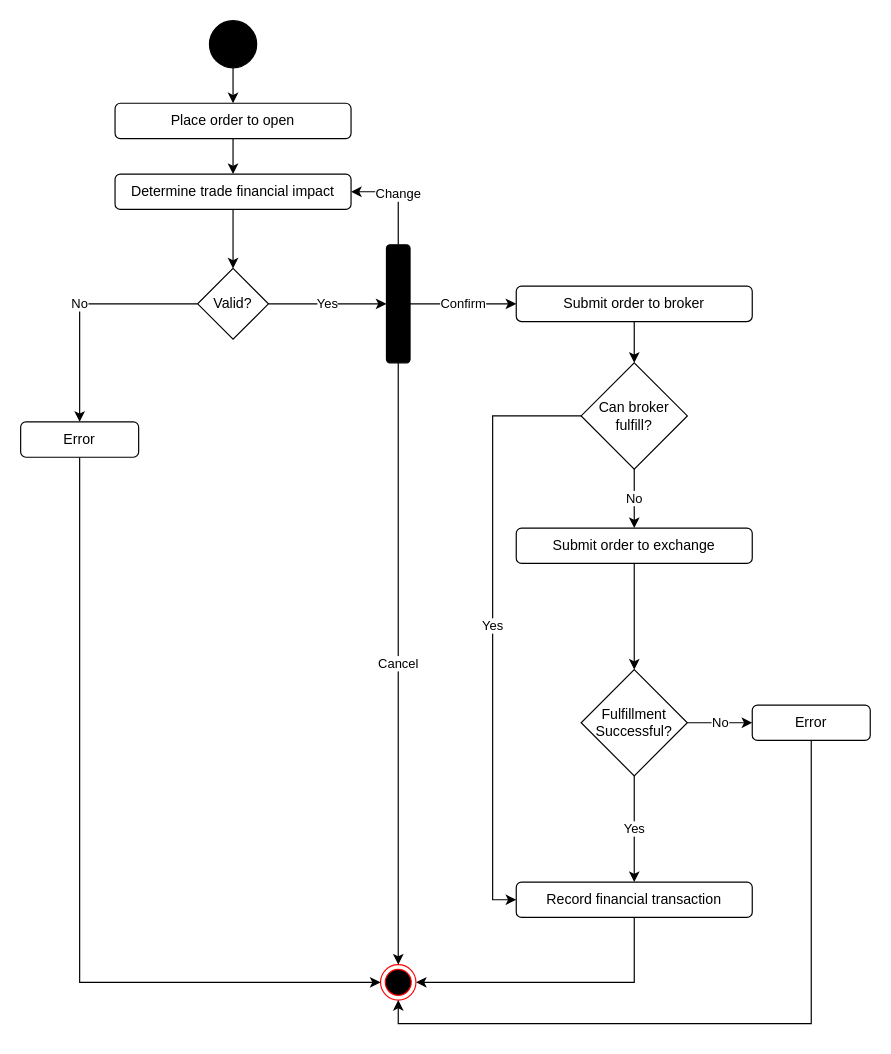
The draw.io diagram UC2:OpenPosition.drawio in dgboulger/SpoofTraderMarket, before the edit. Source tidied: cells renumbered, new cells numbered last; positions are measured from the earlier drawing's top-left corner, leaving out a move shared by most shapes. Both pictures are drawn from the tidied source at 118%, with x=0, y=0 at pixel (20, 20).
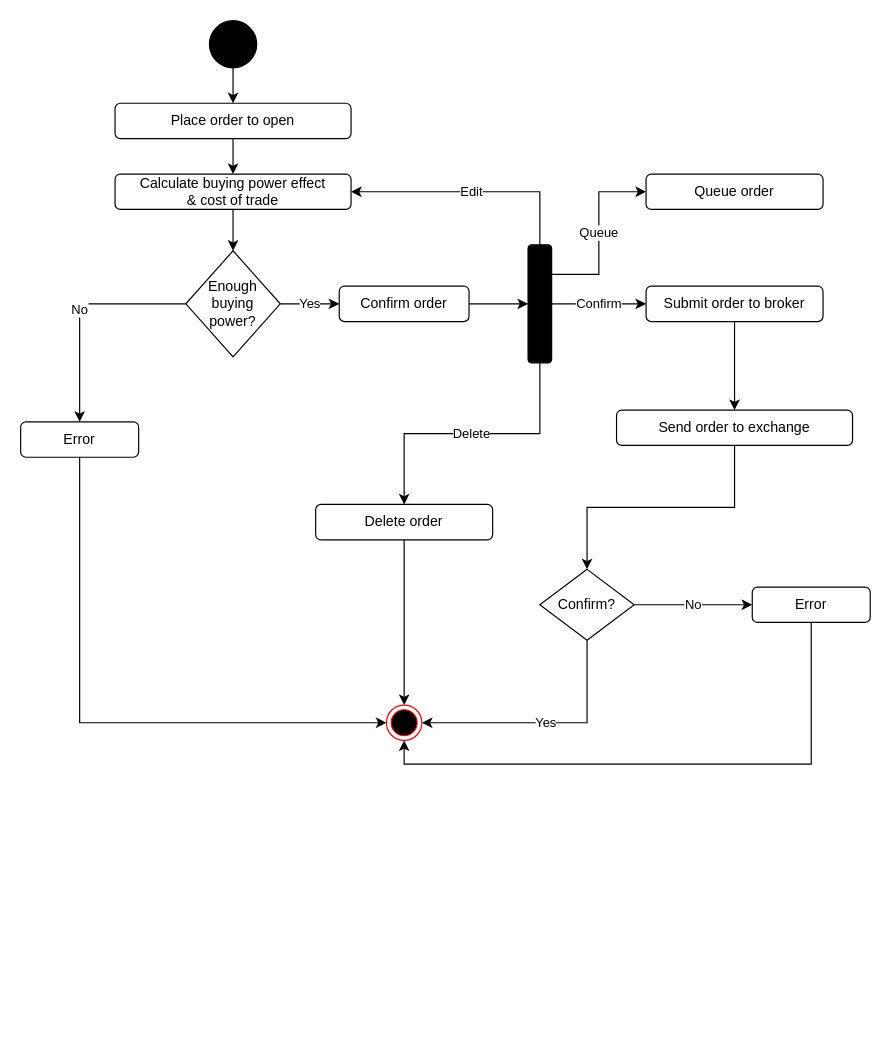
The same diagram, later.

Unchanged cells that the change refers to:
```xml
<mxCell id="11" value="Error" style="rounded=1;whiteSpace=wrap;html=1;fillColor=#FFFFFF;" parent="1" vertex="1">
  <mxGeometry y="340" width="100" height="30" as="geometry" />
</mxCell>
```

Change to the diagram source:
```diff
@@
-    <mxCell id="7" value="Valid?" style="rhombus;whiteSpace=wrap;html=1;fillColor=#FFFFFF;" parent="1" vertex="1">
-      <mxGeometry x="150" y="210" width="60" height="60" as="geometry" />
+    <mxCell id="7" value="Enough buying power?" style="rhombus;whiteSpace=wrap;html=1;fillColor=#FFFFFF;" parent="1" vertex="1">
+      <mxGeometry x="140" y="195" width="80" height="90" as="geometry" />
     </mxCell>
-    <mxCell id="8" style="edgeStyle=orthogonalEdgeStyle;rounded=0;jettySize=auto;html=1;entryX=1;entryY=0.5;entryDx=0;entryDy=0;exitX=0.5;exitY=1;exitDx=0;exitDy=0;" parent="1" edge="1" source="13" target="9">
-      <mxGeometry relative="1" as="geometry" />
-    </mxCell>
     <mxCell id="9" style="ellipse;html=1;shape=endState;fillColor=#000000;strokeColor=#ff0000;" parent="1" vertex="1">
-      <mxGeometry x="305" y="800" width="30" height="30" as="geometry" />
+      <mxGeometry x="310" y="580" width="30" height="30" as="geometry" />
     </mxCell>
     <mxCell id="10" style="edgeStyle=orthogonalEdgeStyle;rounded=0;jettySize=auto;html=1;entryX=0;entryY=0.5;entryDx=0;entryDy=0;exitX=0.5;exitY=1;exitDx=0;exitDy=0;" parent="1" edge="1" source="11" target="9">
       <mxGeometry relative="1" as="geometry">
         <Array as="points">
-          <mxPoint x="50" y="815" />
+          <mxPoint x="50" y="595" />
         </Array>
       </mxGeometry>
     </mxCell>
@@
-    <mxCell id="12" value="Yes" style="edgeStyle=orthogonalEdgeStyle;rounded=0;jettySize=auto;html=1;entryX=0;entryY=0.5;entryDx=0;entryDy=0;endArrow=classic;endFill=1;exitX=1;exitY=0.5;exitDx=0;exitDy=0;" parent="1" edge="1" source="7" target="28">
+    <mxCell id="12" value="Yes" style="edgeStyle=orthogonalEdgeStyle;rounded=0;jettySize=auto;html=1;endArrow=classic;endFill=1;exitX=1;exitY=0.5;exitDx=0;exitDy=0;entryX=0;entryY=0.5;entryDx=0;entryDy=0;" parent="1" edge="1" source="7" target="34">
       <mxGeometry relative="1" as="geometry" />
     </mxCell>
-    <mxCell id="13" value="Record financial transaction" style="rounded=1;whiteSpace=wrap;html=1;fillColor=#FFFFFF;" parent="1" vertex="1">
-      <mxGeometry x="420" y="730" width="200" height="30" as="geometry" />
-    </mxCell>
-    <mxCell id="14" style="edgeStyle=orthogonalEdgeStyle;rounded=0;jettySize=auto;html=1;entryX=0.5;entryY=0;entryDx=0;entryDy=0;" parent="1" edge="1" source="15" target="31">
+    <mxCell id="14" style="edgeStyle=orthogonalEdgeStyle;rounded=0;jettySize=auto;html=1;entryX=0.5;entryY=0;entryDx=0;entryDy=0;" parent="1" edge="1" source="15" target="17">
       <mxGeometry relative="1" as="geometry" />
     </mxCell>
     <mxCell id="15" value="Submit order to broker" style="rounded=1;whiteSpace=wrap;html=1;fillColor=#FFFFFF;" parent="1" vertex="1">
-      <mxGeometry x="420" y="225" width="200" height="30" as="geometry" />
+      <mxGeometry x="530" y="225" width="150" height="30" as="geometry" />
     </mxCell>
-    <mxCell id="16" style="edgeStyle=orthogonalEdgeStyle;rounded=0;jettySize=auto;html=1;entryX=0.5;entryY=0;entryDx=0;entryDy=0;" parent="1" edge="1" source="17" target="20">
+    <mxCell id="16" style="edgeStyle=orthogonalEdgeStyle;rounded=0;jettySize=auto;html=1;entryX=0.5;entryY=0;entryDx=0;entryDy=0;" parent="1" edge="1" source="17" target="37">
       <mxGeometry relative="1" as="geometry" />
     </mxCell>
-    <mxCell id="17" value="Submit order to exchange" style="rounded=1;whiteSpace=wrap;html=1;fillColor=#FFFFFF;" parent="1" vertex="1">
-      <mxGeometry x="420" y="430" width="200" height="30" as="geometry" />
+    <mxCell id="17" value="Send order to exchange" style="rounded=1;whiteSpace=wrap;html=1;fillColor=#FFFFFF;" parent="1" vertex="1">
+      <mxGeometry x="505" y="330" width="200" height="30" as="geometry" />
     </mxCell>
-    <mxCell id="18" value="Yes" style="edgeStyle=orthogonalEdgeStyle;rounded=0;jettySize=auto;html=1;entryX=0.5;entryY=0;entryDx=0;entryDy=0;" parent="1" edge="1" source="20" target="13">
+    <mxCell id="18" value="Yes" style="edgeStyle=orthogonalEdgeStyle;rounded=0;jettySize=auto;html=1;entryX=1;entryY=0.5;entryDx=0;entryDy=0;exitX=0.5;exitY=1;exitDx=0;exitDy=0;" parent="1" edge="1" source="37" target="9">
       <mxGeometry relative="1" as="geometry" />
     </mxCell>
-    <mxCell id="19" value="No" style="edgeStyle=orthogonalEdgeStyle;rounded=0;jettySize=auto;html=1;entryX=0;entryY=0.5;entryDx=0;entryDy=0;" parent="1" edge="1" source="20" target="22">
+    <mxCell id="19" value="No" style="edgeStyle=orthogonalEdgeStyle;rounded=0;jettySize=auto;html=1;entryX=0;entryY=0.5;entryDx=0;entryDy=0;exitX=1;exitY=0.5;exitDx=0;exitDy=0;" parent="1" edge="1" source="37" target="22">
       <mxGeometry relative="1" as="geometry" />
     </mxCell>
-    <mxCell id="20" value="&lt;span&gt;Fulfillment Successful?&lt;/span&gt;" style="rhombus;whiteSpace=wrap;html=1;" parent="1" vertex="1">
-      <mxGeometry x="475" y="550" width="90" height="90" as="geometry" />
-    </mxCell>
@@
     <mxCell id="22" value="Error" style="rounded=1;whiteSpace=wrap;html=1;fillColor=#FFFFFF;" parent="1" vertex="1">
-      <mxGeometry x="620" y="580" width="100" height="30" as="geometry" />
+      <mxGeometry x="620" y="480" width="100" height="30" as="geometry" />
     </mxCell>
@@
-    <mxCell id="24" value="Determine trade financial impact" style="rounded=1;whiteSpace=wrap;html=1;fillColor=#FFFFFF;" parent="1" vertex="1">
+    <mxCell id="24" value="Calculate buying power effect &lt;br&gt;&amp;amp; cost of trade" style="rounded=1;whiteSpace=wrap;html=1;fillColor=#FFFFFF;" parent="1" vertex="1">
       <mxGeometry x="80" y="130" width="200" height="30" as="geometry" />
     </mxCell>
-    <mxCell id="25" value="Change" style="edgeStyle=orthogonalEdgeStyle;rounded=0;jettySize=auto;html=1;exitX=0.5;exitY=0;exitDx=0;exitDy=0;" parent="1" edge="1" source="28">
+    <mxCell id="25" value="Edit" style="edgeStyle=orthogonalEdgeStyle;rounded=0;jettySize=auto;html=1;exitX=0.5;exitY=0;exitDx=0;exitDy=0;" parent="1" edge="1" source="36">
       <mxGeometry relative="1" as="geometry">
         <mxPoint x="280" y="145" as="targetPoint" />
         <Array as="points">
-          <mxPoint x="320" y="145" />
-          <mxPoint x="280" y="145" />
+          <mxPoint x="440" y="145" />
         </Array>
       </mxGeometry>
     </mxCell>
-    <mxCell id="26" value="Confirm" style="edgeStyle=orthogonalEdgeStyle;rounded=0;jettySize=auto;html=1;entryX=0;entryY=0.5;entryDx=0;entryDy=0;" parent="1" edge="1" source="28" target="15">
+    <mxCell id="26" value="Confirm" style="edgeStyle=orthogonalEdgeStyle;rounded=0;jettySize=auto;html=1;entryX=0;entryY=0.5;entryDx=0;entryDy=0;" parent="1" edge="1" source="36" target="15">
       <mxGeometry relative="1" as="geometry" />
     </mxCell>
-    <mxCell id="27" value="Cancel" style="edgeStyle=orthogonalEdgeStyle;rounded=0;jettySize=auto;html=1;entryX=0.5;entryY=0;entryDx=0;entryDy=0;" parent="1" edge="1" source="28" target="9">
-      <mxGeometry relative="1" as="geometry" />
-    </mxCell>
-    <mxCell id="28" style="rounded=1;whiteSpace=wrap;html=1;fillColor=#000000;" parent="1" vertex="1">
-      <mxGeometry x="310" y="190" width="20" height="100" as="geometry" />
-    </mxCell>
-    <mxCell id="29" value="No" style="edgeStyle=orthogonalEdgeStyle;rounded=0;jettySize=auto;html=1;entryX=0.5;entryY=0;entryDx=0;entryDy=0;" parent="1" edge="1" source="31" target="17">
-      <mxGeometry relative="1" as="geometry" />
-    </mxCell>
-    <mxCell id="30" value="Yes" style="edgeStyle=orthogonalEdgeStyle;rounded=0;jettySize=auto;html=1;entryX=0;entryY=0.5;entryDx=0;entryDy=0;" parent="1" edge="1" source="31" target="13">
-      <mxGeometry relative="1" as="geometry">
-        <Array as="points">
-          <mxPoint x="400" y="335" />
-          <mxPoint x="400" y="745" />
-        </Array>
-      </mxGeometry>
-    </mxCell>
-    <mxCell id="31" value="&lt;span&gt;Can broker fulfill?&lt;/span&gt;" style="rhombus;whiteSpace=wrap;html=1;" parent="1" vertex="1">
-      <mxGeometry x="475" y="290" width="90" height="90" as="geometry" />
-    </mxCell>
+    <mxCell id="32" value="Queue order" style="rounded=1;whiteSpace=wrap;html=1;fillColor=#FFFFFF;" parent="1" vertex="1">
+      <mxGeometry x="530" y="130" width="150" height="30" as="geometry" />
+    </mxCell>
+    <mxCell id="33" style="edgeStyle=orthogonalEdgeStyle;rounded=0;jettySize=auto;html=1;entryX=0;entryY=0.5;entryDx=0;entryDy=0;" parent="1" edge="1" source="34" target="36">
+      <mxGeometry relative="1" as="geometry" />
+    </mxCell>
+    <mxCell id="34" value="Confirm order" style="rounded=1;whiteSpace=wrap;html=1;fillColor=#FFFFFF;" parent="1" vertex="1">
+      <mxGeometry x="270" y="225" width="110" height="30" as="geometry" />
+    </mxCell>
+    <mxCell id="35" value="Queue" style="edgeStyle=orthogonalEdgeStyle;rounded=0;jettySize=auto;html=1;exitX=1;exitY=0.25;exitDx=0;exitDy=0;entryX=0;entryY=0.5;entryDx=0;entryDy=0;" parent="1" edge="1" source="36" target="32">
+      <mxGeometry relative="1" as="geometry" />
+    </mxCell>
+    <mxCell id="36" style="rounded=1;whiteSpace=wrap;html=1;fillColor=#000000;" parent="1" vertex="1">
+      <mxGeometry x="430" y="190" width="20" height="100" as="geometry" />
+    </mxCell>
+    <mxCell id="37" value="Confirm?" style="rhombus;whiteSpace=wrap;html=1;fillColor=#FFFFFF;" parent="1" vertex="1">
+      <mxGeometry x="440" y="465" width="80" height="60" as="geometry" />
+    </mxCell>
+    <mxCell id="38" style="edgeStyle=orthogonalEdgeStyle;rounded=0;jettySize=auto;html=1;entryX=0.5;entryY=0;entryDx=0;entryDy=0;" parent="1" edge="1" source="39" target="9">
+      <mxGeometry relative="1" as="geometry" />
+    </mxCell>
+    <mxCell id="39" value="Delete order" style="rounded=1;whiteSpace=wrap;html=1;fillColor=#FFFFFF;" parent="1" vertex="1">
+      <mxGeometry x="250" y="410" width="150" height="30" as="geometry" />
+    </mxCell>
+    <mxCell id="40" value="Delete" style="edgeStyle=orthogonalEdgeStyle;rounded=0;jettySize=auto;html=1;entryX=0.5;entryY=0;entryDx=0;entryDy=0;exitX=0.5;exitY=1;exitDx=0;exitDy=0;" parent="1" edge="1" source="36" target="39">
+      <mxGeometry relative="1" as="geometry" />
+    </mxCell>
```
